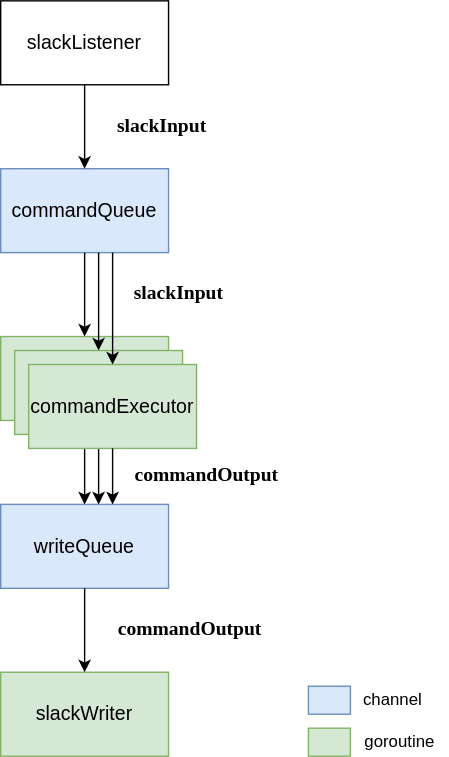
This is docs/goroutine-diagram.svg from hnw/slack-commander, a draw.io export, as it was before one commit. Source tidied: cells renumbered, new cells last; positions are measured from the earlier drawing's top-left corner, leaving out a move shared by most shapes.
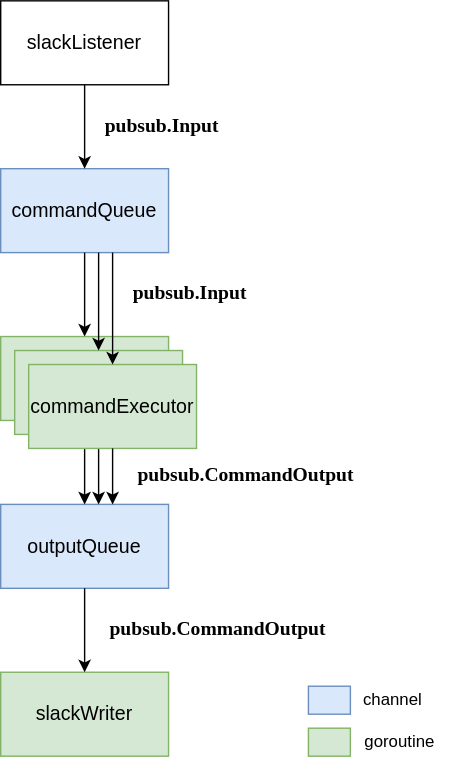
The same diagram one commit later.

Commit message:
コード整理（ファイル名やメソッド名をシンプルにした） / Update goroutine-diagram.svg

What changed in the source:
```diff
@@ -5,7 +5,7 @@
     <mxCell id="2" value="&lt;font style=&quot;font-size: 14px&quot;&gt;commandQueue&lt;/font&gt;" style="rounded=0;whiteSpace=wrap;html=1;fillColor=#dae8fc;strokeColor=#6c8ebf;" parent="1" vertex="1">
       <mxGeometry y="120" width="120" height="60" as="geometry" />
     </mxCell>
-    <mxCell id="3" value="&lt;font style=&quot;font-size: 14px&quot;&gt;writeQueue&lt;/font&gt;" style="rounded=0;whiteSpace=wrap;html=1;fillColor=#dae8fc;strokeColor=#6c8ebf;" parent="1" vertex="1">
+    <mxCell id="3" value="&lt;font style=&quot;font-size: 14px&quot;&gt;outputQueue&lt;/font&gt;" style="rounded=0;whiteSpace=wrap;html=1;fillColor=#dae8fc;strokeColor=#6c8ebf;" parent="1" vertex="1">
       <mxGeometry y="360" width="120" height="60" as="geometry" />
     </mxCell>
     <mxCell id="4" value="&lt;font style=&quot;font-size: 14px&quot;&gt;slackListener&lt;/font&gt;" style="rounded=0;whiteSpace=wrap;html=1;" parent="1" vertex="1">
@@ -59,17 +59,17 @@
         <mxPoint x="80" y="260" as="targetPoint" />
       </mxGeometry>
     </mxCell>
-    <mxCell id="17" value="&lt;font face=&quot;Tahoma&quot; size=&quot;1&quot;&gt;&lt;b style=&quot;font-size: 14px&quot;&gt;slackInput&lt;/b&gt;&lt;/font&gt;" style="text;html=1;align=center;verticalAlign=middle;" parent="1" vertex="1">
-      <mxGeometry x="70" y="80" width="90" height="20" as="geometry" />
+    <mxCell id="17" value="&lt;font face=&quot;Tahoma&quot; size=&quot;1&quot;&gt;&lt;b style=&quot;font-size: 14px&quot;&gt;pubsub.Input&lt;/b&gt;&lt;/font&gt;" style="text;html=1;align=center;verticalAlign=middle;" parent="1" vertex="1">
+      <mxGeometry x="60" y="80" width="110" height="20" as="geometry" />
     </mxCell>
-    <mxCell id="18" value="&lt;font face=&quot;Tahoma&quot; size=&quot;1&quot;&gt;&lt;b style=&quot;font-size: 14px&quot;&gt;slackInput&lt;/b&gt;&lt;/font&gt;" style="text;html=1;align=center;verticalAlign=middle;" parent="1" vertex="1">
-      <mxGeometry x="82" y="200" width="90" height="20" as="geometry" />
+    <mxCell id="18" value="&lt;font face=&quot;Tahoma&quot; size=&quot;1&quot;&gt;&lt;b style=&quot;font-size: 14px&quot;&gt;pubsub.Input&lt;/b&gt;&lt;/font&gt;" style="text;html=1;align=center;verticalAlign=middle;" parent="1" vertex="1">
+      <mxGeometry x="80" y="200" width="110" height="20" as="geometry" />
     </mxCell>
-    <mxCell id="19" value="&lt;font face=&quot;Tahoma&quot; size=&quot;1&quot;&gt;&lt;b style=&quot;font-size: 14px&quot;&gt;commandOutput&lt;/b&gt;&lt;/font&gt;" style="text;html=1;align=center;verticalAlign=middle;" parent="1" vertex="1">
-      <mxGeometry x="82" y="330" width="130" height="20" as="geometry" />
+    <mxCell id="19" value="&lt;font face=&quot;Tahoma&quot; size=&quot;1&quot;&gt;&lt;b style=&quot;font-size: 14px&quot;&gt;pubsub.CommandOutput&lt;/b&gt;&lt;/font&gt;" style="text;html=1;align=center;verticalAlign=middle;" parent="1" vertex="1">
+      <mxGeometry x="80" y="330" width="190" height="20" as="geometry" />
     </mxCell>
-    <mxCell id="20" value="&lt;font face=&quot;Tahoma&quot; size=&quot;1&quot;&gt;&lt;b style=&quot;font-size: 14px&quot;&gt;commandOutput&lt;/b&gt;&lt;/font&gt;" style="text;html=1;align=center;verticalAlign=middle;" parent="1" vertex="1">
-      <mxGeometry x="70" y="440" width="130" height="20" as="geometry" />
+    <mxCell id="20" value="&lt;font face=&quot;Tahoma&quot; size=&quot;1&quot;&gt;&lt;b style=&quot;font-size: 14px&quot;&gt;pubsub.CommandOutput&lt;/b&gt;&lt;/font&gt;" style="text;html=1;align=center;verticalAlign=middle;" parent="1" vertex="1">
+      <mxGeometry x="60" y="440" width="190" height="20" as="geometry" />
     </mxCell>
     <mxCell id="21" style="rounded=0;whiteSpace=wrap;html=1;fillColor=#d5e8d4;strokeColor=#82b366;" parent="1" vertex="1">
       <mxGeometry x="220" y="520" width="30" height="20" as="geometry" />
```
